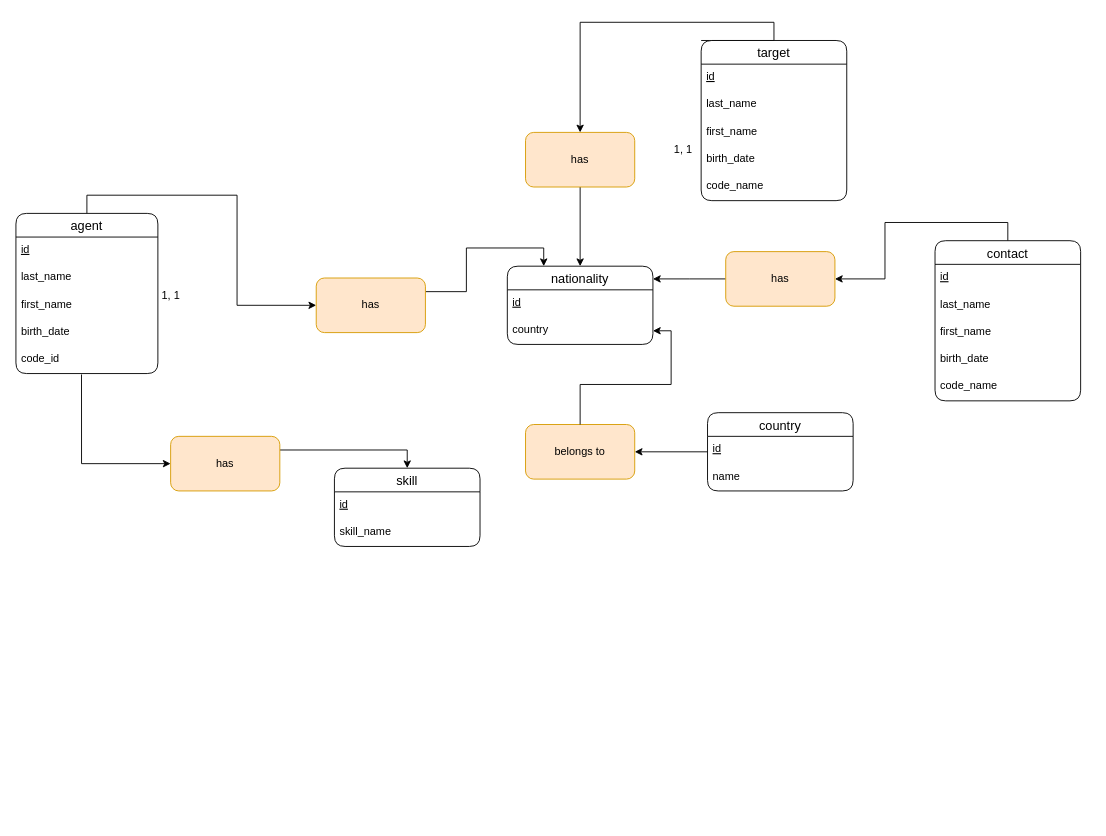
This is MCD.drawio from Armafobe/spy-test, a draw.io file, before an edit. Source tidied: cells renumbered, new cells numbered last; positions are measured from the earlier drawing's top-left corner, leaving out a move shared by most shapes. Both pictures are drawn from the tidied source at 91%, with x=0, y=0 at pixel (15, 22).
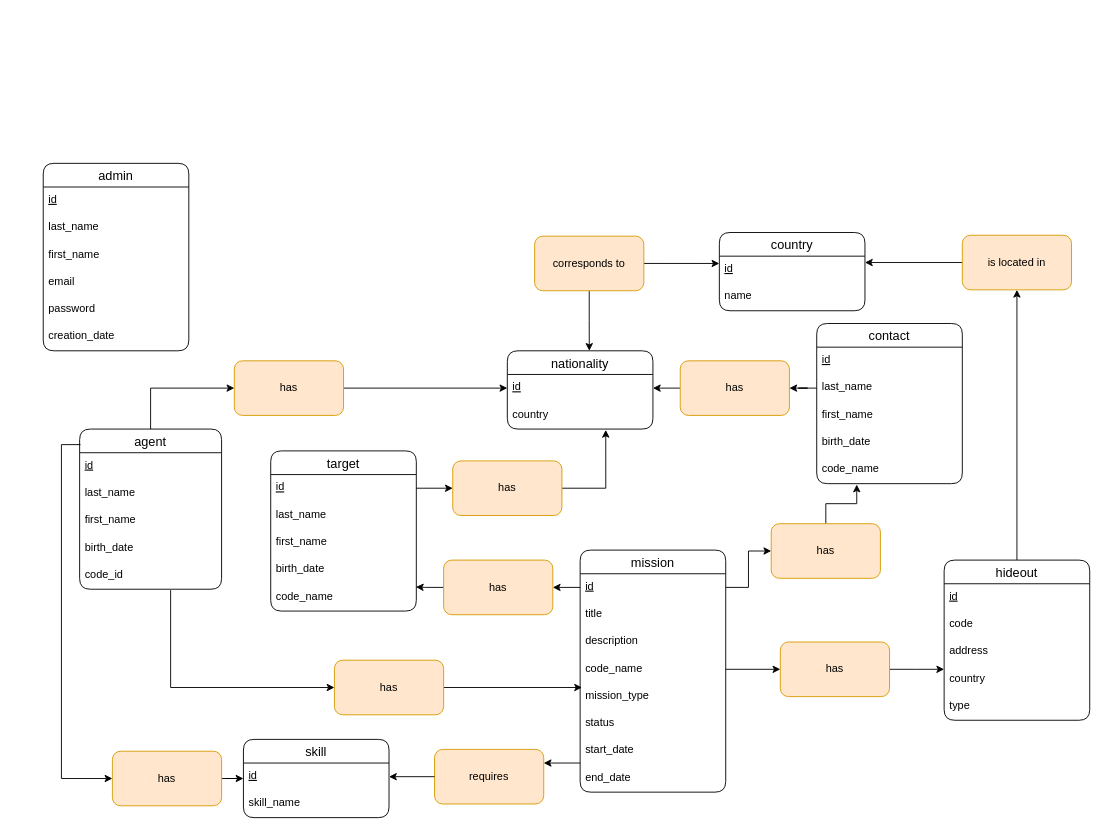
The same diagram, later.

Unchanged cells that the change refers to:
```xml
<mxCell id="8" value="code_id" style="text;strokeColor=none;fillColor=none;spacingLeft=4;spacingRight=4;overflow=hidden;points=[[0,0.5],[1,0.5]];portConstraint=eastwest;fontSize=12;" parent="3" vertex="1">
  <mxGeometry y="146" width="156" height="30" as="geometry" />
</mxCell>
<mxCell id="12" value="id" style="text;strokeColor=none;fillColor=none;spacingLeft=4;spacingRight=4;overflow=hidden;points=[[0,0.5],[1,0.5]];portConstraint=eastwest;fontSize=12;fontStyle=4;" parent="11" vertex="1">
  <mxGeometry y="26" width="160" height="30" as="geometry" />
</mxCell>
<mxCell id="13" value="country" style="text;strokeColor=none;fillColor=none;spacingLeft=4;spacingRight=4;overflow=hidden;points=[[0,0.5],[1,0.5]];portConstraint=eastwest;fontSize=12;" parent="11" vertex="1">
  <mxGeometry y="56" width="160" height="30" as="geometry" />
</mxCell>
<mxCell id="15" value="id" style="text;strokeColor=none;fillColor=none;spacingLeft=4;spacingRight=4;overflow=hidden;points=[[0,0.5],[1,0.5]];portConstraint=eastwest;fontSize=12;fontStyle=4;" parent="14" vertex="1">
  <mxGeometry y="26" width="160" height="30" as="geometry" />
</mxCell>
<mxCell id="23" value="id" style="text;strokeColor=none;fillColor=none;spacingLeft=4;spacingRight=4;overflow=hidden;points=[[0,0.5],[1,0.5]];portConstraint=eastwest;fontSize=12;fontStyle=4;" parent="22" vertex="1">
  <mxGeometry y="26" width="160" height="30" as="geometry" />
</mxCell>
<mxCell id="27" value="code_name" style="text;strokeColor=none;fillColor=none;spacingLeft=4;spacingRight=4;overflow=hidden;points=[[0,0.5],[1,0.5]];portConstraint=eastwest;fontSize=12;" parent="22" vertex="1">
  <mxGeometry y="146" width="160" height="30" as="geometry" />
</mxCell>
<mxCell id="34" value="last_name" style="text;strokeColor=none;fillColor=none;spacingLeft=4;spacingRight=4;overflow=hidden;points=[[0,0.5],[1,0.5]];portConstraint=eastwest;fontSize=12;" parent="32" vertex="1">
  <mxGeometry y="56" width="160" height="30" as="geometry" />
</mxCell>
<mxCell id="37" value="code_name" style="text;strokeColor=none;fillColor=none;spacingLeft=4;spacingRight=4;overflow=hidden;points=[[0,0.5],[1,0.5]];portConstraint=eastwest;fontSize=12;" parent="32" vertex="1">
  <mxGeometry y="146" width="160" height="30" as="geometry" />
</mxCell>
<mxCell id="42" value="id" style="text;strokeColor=none;fillColor=none;spacingLeft=4;spacingRight=4;overflow=hidden;points=[[0,0.5],[1,0.5]];portConstraint=eastwest;fontSize=12;fontStyle=4;rounded=1;" parent="41" vertex="1">
  <mxGeometry y="26" width="160" height="30" as="geometry" />
</mxCell>
```

The edit, as a diff of the source:
```diff
@@
-    <mxCell id="2" style="edgeStyle=orthogonalEdgeStyle;rounded=0;jettySize=auto;html=1;exitX=0.5;exitY=0;exitDx=0;exitDy=0;entryX=0;entryY=0.5;entryDx=0;entryDy=0;" parent="1" edge="1" source="3" target="10">
+    <mxCell id="2" style="edgeStyle=orthogonalEdgeStyle;rounded=0;jettySize=auto;html=1;exitX=0.5;exitY=0;exitDx=0;exitDy=0;entryX=0;entryY=0.5;entryDx=0;entryDy=0;startArrow=none;startFill=0;endArrow=classic;endFill=1;" parent="1" edge="1" source="3" target="10">
       <mxGeometry relative="1" as="geometry" />
     </mxCell>
     <mxCell id="3" value="agent" style="swimlane;fontStyle=0;horizontal=1;startSize=26;align=center;fontSize=14;rounded=1;" parent="1" vertex="1">
-      <mxGeometry y="210" width="156" height="176" as="geometry" />
+      <mxGeometry x="70" y="447" width="156" height="176" as="geometry" />
     </mxCell>
@@
-    <mxCell id="9" style="edgeStyle=orthogonalEdgeStyle;rounded=0;jettySize=auto;html=1;exitX=1;exitY=0.25;exitDx=0;exitDy=0;entryX=0.25;entryY=0;entryDx=0;entryDy=0;" parent="1" edge="1" source="10" target="11">
-      <mxGeometry relative="1" as="geometry" />
-    </mxCell>
+    <mxCell id="46" style="edgeStyle=orthogonalEdgeStyle;rounded=0;jettySize=auto;html=1;entryX=0;entryY=0.5;entryDx=0;entryDy=0;startArrow=none;startFill=0;endArrow=classic;endFill=1;" parent="1" edge="1" source="10" target="12">
+      <mxGeometry relative="1" as="geometry" />
+    </mxCell>
     <mxCell id="10" value="has" style="rounded=1;whiteSpace=wrap;html=1;fillColor=#ffe6cc;strokeColor=#d79b00;" parent="1" vertex="1">
-      <mxGeometry x="330" y="281" width="120" height="60" as="geometry" />
+      <mxGeometry x="240" y="372" width="120" height="60" as="geometry" />
     </mxCell>
     <mxCell id="11" value="nationality" style="swimlane;fontStyle=0;horizontal=1;startSize=26;align=center;fontSize=14;rounded=1;" parent="1" vertex="1">
-      <mxGeometry x="540" y="268" width="160" height="86" as="geometry" />
+      <mxGeometry x="540" y="361" width="160" height="86" as="geometry" />
     </mxCell>
@@
     <mxCell id="14" value="skill" style="swimlane;fontStyle=0;horizontal=1;startSize=26;align=center;fontSize=14;rounded=1;" parent="1" vertex="1">
-      <mxGeometry x="350" y="490" width="160" height="86" as="geometry" />
+      <mxGeometry x="250" y="788" width="160" height="86" as="geometry" />
     </mxCell>
@@
-    <mxCell id="17" style="edgeStyle=orthogonalEdgeStyle;rounded=0;jettySize=auto;html=1;exitX=1;exitY=0.25;exitDx=0;exitDy=0;entryX=0.5;entryY=0;entryDx=0;entryDy=0;" parent="1" edge="1" source="19" target="14">
+    <mxCell id="17" style="edgeStyle=orthogonalEdgeStyle;rounded=0;jettySize=auto;html=1;startArrow=none;startFill=0;endArrow=classic;endFill=1;entryX=0;entryY=0.5;entryDx=0;entryDy=0;" parent="1" edge="1" source="19" target="14">
       <mxGeometry relative="1" as="geometry" />
     </mxCell>
-    <mxCell id="18" style="edgeStyle=orthogonalEdgeStyle;rounded=0;jettySize=auto;html=1;exitX=0;exitY=0.5;exitDx=0;exitDy=0;entryX=0.462;entryY=1.033;entryDx=0;entryDy=0;entryPerimeter=0;startArrow=classic;startFill=1;endArrow=none;endFill=0;" parent="1" edge="1" source="19" target="8">
-      <mxGeometry relative="1" as="geometry" />
-    </mxCell>
+    <mxCell id="47" style="edgeStyle=orthogonalEdgeStyle;rounded=0;jettySize=auto;html=1;startArrow=none;startFill=0;endArrow=classic;endFill=1;exitX=0.006;exitY=0.097;exitDx=0;exitDy=0;exitPerimeter=0;" parent="1" edge="1" source="3" target="19">
+      <mxGeometry relative="1" as="geometry">
+        <Array as="points">
+          <mxPoint x="50" y="464" />
+          <mxPoint x="50" y="831" />
+        </Array>
+      </mxGeometry>
+    </mxCell>
     <mxCell id="19" value="has" style="rounded=1;whiteSpace=wrap;html=1;fillColor=#ffe6cc;strokeColor=#d79b00;" parent="1" vertex="1">
-      <mxGeometry x="170" y="455" width="120" height="60" as="geometry" />
+      <mxGeometry x="106" y="801" width="120" height="60" as="geometry" />
     </mxCell>
-    <mxCell id="20" value="1, 1" style="text;html=1;align=center;verticalAlign=middle;strokeColor=none;fillColor=none;" parent="1" vertex="1">
-      <mxGeometry x="150" y="291" width="40" height="20" as="geometry" />
-    </mxCell>
-    <mxCell id="21" style="edgeStyle=orthogonalEdgeStyle;rounded=0;jettySize=auto;html=1;exitX=0;exitY=0;exitDx=0;exitDy=0;entryX=0.5;entryY=0;entryDx=0;entryDy=0;" parent="1" edge="1" source="22" target="29">
-      <mxGeometry relative="1" as="geometry">
-        <Array as="points">
-          <mxPoint x="833" y="20" />
-          <mxPoint x="833" />
-          <mxPoint x="620" />
-        </Array>
-      </mxGeometry>
-    </mxCell>
     <mxCell id="22" value="target" style="swimlane;fontStyle=0;horizontal=1;startSize=26;align=center;fontSize=14;rounded=1;swimlaneLine=1;" parent="1" vertex="1">
-      <mxGeometry x="753" y="20" width="160" height="176" as="geometry" />
+      <mxGeometry x="280" y="471" width="160" height="176" as="geometry" />
     </mxCell>
@@
-    <mxCell id="28" style="edgeStyle=orthogonalEdgeStyle;rounded=0;jettySize=auto;html=1;" parent="1" edge="1" source="29" target="11">
-      <mxGeometry relative="1" as="geometry" />
-    </mxCell>
-    <mxCell id="29" value="has" style="rounded=1;whiteSpace=wrap;html=1;fillColor=#ffe6cc;strokeColor=#d79b00;" parent="1" vertex="1">
-      <mxGeometry x="560" y="121" width="120" height="60" as="geometry" />
-    </mxCell>
-    <mxCell id="30" value="1, 1" style="text;html=1;align=center;verticalAlign=middle;strokeColor=none;fillColor=none;" parent="1" vertex="1">
-      <mxGeometry x="713" y="130" width="40" height="20" as="geometry" />
-    </mxCell>
-    <mxCell id="31" style="edgeStyle=orthogonalEdgeStyle;rounded=0;jettySize=auto;html=1;exitX=0.5;exitY=0;exitDx=0;exitDy=0;entryX=1;entryY=0.5;entryDx=0;entryDy=0;" parent="1" edge="1" source="32" target="39">
-      <mxGeometry relative="1" as="geometry" />
-    </mxCell>
     <mxCell id="32" value="contact" style="swimlane;fontStyle=0;horizontal=1;startSize=26;align=center;fontSize=14;rounded=1;" parent="1" vertex="1">
-      <mxGeometry x="1010" y="240" width="160" height="176" as="geometry" />
+      <mxGeometry x="880" y="331" width="160" height="176" as="geometry" />
     </mxCell>
@@
-    <mxCell id="38" style="edgeStyle=orthogonalEdgeStyle;rounded=0;jettySize=auto;html=1;exitX=0;exitY=0.5;exitDx=0;exitDy=0;" parent="1" edge="1" source="39">
-      <mxGeometry relative="1" as="geometry">
-        <mxPoint x="700" y="282" as="targetPoint" />
-      </mxGeometry>
-    </mxCell>
+    <mxCell id="48" style="edgeStyle=orthogonalEdgeStyle;rounded=0;jettySize=auto;html=1;exitX=0;exitY=0.5;exitDx=0;exitDy=0;entryX=1;entryY=0.5;entryDx=0;entryDy=0;startArrow=none;startFill=0;endArrow=classic;endFill=1;" parent="1" edge="1" source="39" target="12">
+      <mxGeometry relative="1" as="geometry" />
+    </mxCell>
     <mxCell id="39" value="has" style="rounded=1;whiteSpace=wrap;html=1;fillColor=#ffe6cc;strokeColor=#d79b00;" parent="1" vertex="1">
-      <mxGeometry x="780" y="252" width="120" height="60" as="geometry" />
+      <mxGeometry x="730" y="372" width="120" height="60" as="geometry" />
     </mxCell>
-    <mxCell id="40" style="edgeStyle=orthogonalEdgeStyle;rounded=0;jettySize=auto;html=1;entryX=1;entryY=0.5;entryDx=0;entryDy=0;" parent="1" edge="1" source="41" target="44">
-      <mxGeometry relative="1" as="geometry" />
-    </mxCell>
     <mxCell id="41" value="country" style="swimlane;fontStyle=0;horizontal=1;startSize=26;align=center;fontSize=14;rounded=1;" parent="1" vertex="1">
-      <mxGeometry x="760" y="429" width="160" height="86" as="geometry" />
+      <mxGeometry x="773" y="231" width="160" height="86" as="geometry" />
     </mxCell>
@@
-    <mxCell id="44" value="belongs to" style="rounded=1;whiteSpace=wrap;html=1;fillColor=#ffe6cc;strokeColor=#d79b00;" parent="1" vertex="1">
-      <mxGeometry x="560" y="442" width="120" height="60" as="geometry" />
-    </mxCell>
-    <mxCell id="45" style="edgeStyle=orthogonalEdgeStyle;rounded=0;jettySize=auto;html=1;exitX=1;exitY=0.5;exitDx=0;exitDy=0;entryX=0.5;entryY=0;entryDx=0;entryDy=0;startArrow=classic;startFill=1;endArrow=none;endFill=0;" parent="1" edge="1" source="13" target="44">
-      <mxGeometry relative="1" as="geometry" />
-    </mxCell>
+    <mxCell id="49" style="edgeStyle=orthogonalEdgeStyle;rounded=0;jettySize=auto;html=1;startArrow=none;startFill=0;endArrow=classic;endFill=1;" parent="1" edge="1" source="50" target="67">
+      <mxGeometry relative="1" as="geometry" />
+    </mxCell>
+    <mxCell id="50" value="hideout" style="swimlane;fontStyle=0;horizontal=1;startSize=26;align=center;fontSize=14;rounded=1;" parent="1" vertex="1">
+      <mxGeometry x="1020" y="591" width="160" height="176" as="geometry" />
+    </mxCell>
+    <mxCell id="51" value="id" style="text;strokeColor=none;fillColor=none;spacingLeft=4;spacingRight=4;overflow=hidden;fontSize=12;rounded=1;fontStyle=4;" parent="50" vertex="1">
+      <mxGeometry y="26" width="160" height="30" as="geometry" />
+    </mxCell>
+    <mxCell id="52" value="code" style="text;strokeColor=none;fillColor=none;spacingLeft=4;spacingRight=4;overflow=hidden;fontSize=12;rounded=1;" parent="50" vertex="1">
+      <mxGeometry y="56" width="160" height="30" as="geometry" />
+    </mxCell>
+    <mxCell id="53" value="address" style="text;strokeColor=none;fillColor=none;spacingLeft=4;spacingRight=4;overflow=hidden;fontSize=12;rounded=1;" parent="50" vertex="1">
+      <mxGeometry y="86" width="160" height="30" as="geometry" />
+    </mxCell>
+    <mxCell id="54" value="country" style="text;strokeColor=none;fillColor=none;spacingLeft=4;spacingRight=4;overflow=hidden;fontSize=12;rounded=1;" parent="50" vertex="1">
+      <mxGeometry y="116" width="160" height="30" as="geometry" />
+    </mxCell>
+    <mxCell id="55" value="type" style="text;strokeColor=none;fillColor=none;spacingLeft=4;spacingRight=4;overflow=hidden;fontSize=12;rounded=1;" parent="50" vertex="1">
+      <mxGeometry y="146" width="160" height="30" as="geometry" />
+    </mxCell>
+    <mxCell id="56" value="mission" style="swimlane;fontStyle=0;horizontal=1;startSize=26;align=center;fontSize=14;rounded=1;" parent="1" vertex="1">
+      <mxGeometry x="620" y="580" width="160" height="266" as="geometry" />
+    </mxCell>
+    <mxCell id="57" value="id" style="text;strokeColor=none;fillColor=none;spacingLeft=4;spacingRight=4;overflow=hidden;points=[[0,0.5],[1,0.5]];portConstraint=eastwest;fontSize=12;rounded=1;fontStyle=4;" parent="56" vertex="1">
+      <mxGeometry y="26" width="160" height="30" as="geometry" />
+    </mxCell>
+    <mxCell id="58" value="title" style="text;strokeColor=none;fillColor=none;spacingLeft=4;spacingRight=4;overflow=hidden;fontSize=12;rounded=1;" parent="56" vertex="1">
+      <mxGeometry y="56" width="160" height="30" as="geometry" />
+    </mxCell>
+    <mxCell id="59" value="description" style="text;strokeColor=none;fillColor=none;spacingLeft=4;spacingRight=4;overflow=hidden;fontSize=12;rounded=1;" parent="56" vertex="1">
+      <mxGeometry y="86" width="160" height="30" as="geometry" />
+    </mxCell>
+    <mxCell id="60" value="code_name" style="text;strokeColor=none;fillColor=none;spacingLeft=4;spacingRight=4;overflow=hidden;points=[[0,0.5],[1,0.5]];portConstraint=eastwest;fontSize=12;rounded=1;" parent="56" vertex="1">
+      <mxGeometry y="116" width="160" height="30" as="geometry" />
+    </mxCell>
+    <mxCell id="61" value="mission_type" style="text;strokeColor=none;fillColor=none;spacingLeft=4;spacingRight=4;overflow=hidden;points=[[0,0.5],[1,0.5]];portConstraint=eastwest;fontSize=12;rounded=1;" parent="56" vertex="1">
+      <mxGeometry y="146" width="160" height="30" as="geometry" />
+    </mxCell>
+    <mxCell id="62" value="status" style="text;strokeColor=none;fillColor=none;spacingLeft=4;spacingRight=4;overflow=hidden;fontSize=12;rounded=1;" parent="56" vertex="1">
+      <mxGeometry y="176" width="160" height="30" as="geometry" />
+    </mxCell>
+    <mxCell id="63" value="start_date" style="text;strokeColor=none;fillColor=none;spacingLeft=4;spacingRight=4;overflow=hidden;points=[[0,0.5],[1,0.5]];portConstraint=eastwest;fontSize=12;rounded=1;" parent="56" vertex="1">
+      <mxGeometry y="206" width="160" height="30" as="geometry" />
+    </mxCell>
+    <mxCell id="64" value="end_date" style="text;strokeColor=none;fillColor=none;spacingLeft=4;spacingRight=4;overflow=hidden;fontSize=12;rounded=1;" parent="56" vertex="1">
+      <mxGeometry y="236" width="160" height="30" as="geometry" />
+    </mxCell>
+    <mxCell id="65" style="edgeStyle=orthogonalEdgeStyle;rounded=0;jettySize=auto;html=1;entryX=1;entryY=0.5;entryDx=0;entryDy=0;startArrow=none;startFill=0;endArrow=classic;endFill=1;" parent="1" edge="1" source="34" target="39">
+      <mxGeometry relative="1" as="geometry" />
+    </mxCell>
+    <mxCell id="66" style="edgeStyle=orthogonalEdgeStyle;rounded=0;jettySize=auto;html=1;entryX=1;entryY=0.233;entryDx=0;entryDy=0;entryPerimeter=0;startArrow=none;startFill=0;endArrow=classic;endFill=1;" parent="1" edge="1" source="67" target="42">
+      <mxGeometry relative="1" as="geometry" />
+    </mxCell>
+    <mxCell id="67" value="is located in" style="rounded=1;whiteSpace=wrap;html=1;fillColor=#ffe6cc;strokeColor=#d79b00;" parent="1" vertex="1">
+      <mxGeometry x="1040" y="234" width="120" height="60" as="geometry" />
+    </mxCell>
+    <mxCell id="68" style="edgeStyle=orthogonalEdgeStyle;rounded=0;jettySize=auto;html=1;entryX=0.563;entryY=0;entryDx=0;entryDy=0;entryPerimeter=0;startArrow=none;startFill=0;endArrow=classic;endFill=1;" parent="1" edge="1" source="70" target="11">
+      <mxGeometry relative="1" as="geometry" />
+    </mxCell>
+    <mxCell id="69" style="edgeStyle=orthogonalEdgeStyle;rounded=0;jettySize=auto;html=1;exitX=1;exitY=0.5;exitDx=0;exitDy=0;entryX=0;entryY=0.267;entryDx=0;entryDy=0;entryPerimeter=0;startArrow=none;startFill=0;endArrow=classic;endFill=1;" parent="1" edge="1" source="70" target="42">
+      <mxGeometry relative="1" as="geometry" />
+    </mxCell>
+    <mxCell id="70" value="corresponds to" style="rounded=1;whiteSpace=wrap;html=1;fillColor=#ffe6cc;strokeColor=#d79b00;" parent="1" vertex="1">
+      <mxGeometry x="570" y="235" width="120" height="60" as="geometry" />
+    </mxCell>
+    <mxCell id="71" style="edgeStyle=orthogonalEdgeStyle;rounded=0;jettySize=auto;html=1;exitX=1;exitY=0.5;exitDx=0;exitDy=0;entryX=0.676;entryY=1.031;entryDx=0;entryDy=0;entryPerimeter=0;startArrow=none;startFill=0;endArrow=classic;endFill=1;" parent="1" edge="1" source="72" target="13">
+      <mxGeometry relative="1" as="geometry" />
+    </mxCell>
+    <mxCell id="72" value="has" style="rounded=1;whiteSpace=wrap;html=1;fillColor=#ffe6cc;strokeColor=#d79b00;" parent="1" vertex="1">
+      <mxGeometry x="480" y="482" width="120" height="60" as="geometry" />
+    </mxCell>
+    <mxCell id="73" style="edgeStyle=orthogonalEdgeStyle;rounded=0;jettySize=auto;html=1;exitX=1;exitY=0.5;exitDx=0;exitDy=0;entryX=0;entryY=0.5;entryDx=0;entryDy=0;startArrow=none;startFill=0;endArrow=classic;endFill=1;" parent="1" edge="1" source="23" target="72">
+      <mxGeometry relative="1" as="geometry" />
+    </mxCell>
+    <mxCell id="74" style="edgeStyle=orthogonalEdgeStyle;rounded=0;jettySize=auto;html=1;entryX=0.013;entryY=0.167;entryDx=0;entryDy=0;entryPerimeter=0;startArrow=none;startFill=0;endArrow=classic;endFill=1;" parent="1" edge="1" source="75" target="61">
+      <mxGeometry relative="1" as="geometry" />
+    </mxCell>
+    <mxCell id="75" value="has" style="rounded=1;whiteSpace=wrap;html=1;fillColor=#ffe6cc;strokeColor=#d79b00;" parent="1" vertex="1">
+      <mxGeometry x="350" y="701" width="120" height="60" as="geometry" />
+    </mxCell>
+    <mxCell id="76" style="edgeStyle=orthogonalEdgeStyle;rounded=0;jettySize=auto;html=1;exitX=0.5;exitY=0;exitDx=0;exitDy=0;entryX=0.275;entryY=1.033;entryDx=0;entryDy=0;entryPerimeter=0;startArrow=none;startFill=0;endArrow=classic;endFill=1;" parent="1" edge="1" source="77" target="37">
+      <mxGeometry relative="1" as="geometry" />
+    </mxCell>
+    <mxCell id="77" value="has" style="rounded=1;whiteSpace=wrap;html=1;fillColor=#ffe6cc;strokeColor=#d79b00;" parent="1" vertex="1">
+      <mxGeometry x="830" y="551" width="120" height="60" as="geometry" />
+    </mxCell>
+    <mxCell id="78" style="edgeStyle=orthogonalEdgeStyle;rounded=0;jettySize=auto;html=1;entryX=0.997;entryY=0.119;entryDx=0;entryDy=0;entryPerimeter=0;startArrow=none;startFill=0;endArrow=classic;endFill=1;" parent="1" edge="1" source="79" target="27">
+      <mxGeometry relative="1" as="geometry" />
+    </mxCell>
+    <mxCell id="79" value="has" style="rounded=1;whiteSpace=wrap;html=1;fillColor=#ffe6cc;strokeColor=#d79b00;" parent="1" vertex="1">
+      <mxGeometry x="470" y="591" width="120" height="60" as="geometry" />
+    </mxCell>
+    <mxCell id="80" style="edgeStyle=orthogonalEdgeStyle;rounded=0;jettySize=auto;html=1;exitX=0;exitY=0.5;exitDx=0;exitDy=0;entryX=1;entryY=0.5;entryDx=0;entryDy=0;startArrow=none;startFill=0;endArrow=classic;endFill=1;" parent="1" edge="1" source="57" target="79">
+      <mxGeometry relative="1" as="geometry" />
+    </mxCell>
+    <mxCell id="81" style="edgeStyle=orthogonalEdgeStyle;rounded=0;jettySize=auto;html=1;exitX=1;exitY=0.5;exitDx=0;exitDy=0;startArrow=none;startFill=0;endArrow=classic;endFill=1;" parent="1" edge="1" source="57" target="77">
+      <mxGeometry relative="1" as="geometry" />
+    </mxCell>
+    <mxCell id="82" style="edgeStyle=orthogonalEdgeStyle;rounded=0;jettySize=auto;html=1;startArrow=none;startFill=0;endArrow=classic;endFill=1;" parent="1" edge="1" source="83">
+      <mxGeometry relative="1" as="geometry">
+        <mxPoint x="1020" y="711" as="targetPoint" />
+      </mxGeometry>
+    </mxCell>
+    <mxCell id="83" value="has" style="rounded=1;whiteSpace=wrap;html=1;fillColor=#ffe6cc;strokeColor=#d79b00;" parent="1" vertex="1">
+      <mxGeometry x="840" y="681" width="120" height="60" as="geometry" />
+    </mxCell>
+    <mxCell id="84" style="edgeStyle=orthogonalEdgeStyle;rounded=0;jettySize=auto;html=1;exitX=1;exitY=0.5;exitDx=0;exitDy=0;entryX=0;entryY=0.5;entryDx=0;entryDy=0;startArrow=none;startFill=0;endArrow=classic;endFill=1;" parent="1" edge="1" source="60" target="83">
+      <mxGeometry relative="1" as="geometry" />
+    </mxCell>
+    <mxCell id="85" style="edgeStyle=orthogonalEdgeStyle;rounded=0;jettySize=auto;html=1;exitX=0.641;exitY=1.033;exitDx=0;exitDy=0;entryX=0;entryY=0.5;entryDx=0;entryDy=0;startArrow=none;startFill=0;endArrow=classic;endFill=1;exitPerimeter=0;" parent="1" edge="1" source="8" target="75">
+      <mxGeometry relative="1" as="geometry" />
+    </mxCell>
+    <mxCell id="86" value="requires" style="rounded=1;whiteSpace=wrap;html=1;fillColor=#ffe6cc;strokeColor=#d79b00;" parent="1" vertex="1">
+      <mxGeometry x="460" y="799" width="120" height="60" as="geometry" />
+    </mxCell>
+    <mxCell id="87" style="edgeStyle=orthogonalEdgeStyle;rounded=0;jettySize=auto;html=1;exitX=0;exitY=0.5;exitDx=0;exitDy=0;entryX=1;entryY=0.5;entryDx=0;entryDy=0;startArrow=none;startFill=0;endArrow=classic;endFill=1;" parent="1" edge="1" source="86" target="15">
+      <mxGeometry relative="1" as="geometry" />
+    </mxCell>
+    <mxCell id="88" style="edgeStyle=orthogonalEdgeStyle;rounded=0;jettySize=auto;html=1;exitX=0;exitY=0.933;exitDx=0;exitDy=0;entryX=1;entryY=0.25;entryDx=0;entryDy=0;startArrow=none;startFill=0;endArrow=classic;endFill=1;exitPerimeter=0;" parent="1" edge="1" source="63" target="86">
+      <mxGeometry relative="1" as="geometry" />
+    </mxCell>
+    <mxCell id="89" value="admin" style="swimlane;fontStyle=0;horizontal=1;startSize=26;align=center;fontSize=14;rounded=1;" parent="1" vertex="1">
+      <mxGeometry x="30" y="155" width="160" height="206" as="geometry" />
+    </mxCell>
+    <mxCell id="90" value="id" style="text;strokeColor=none;fillColor=none;spacingLeft=4;spacingRight=4;overflow=hidden;fontSize=12;rounded=1;fontStyle=4;" parent="89" vertex="1">
+      <mxGeometry y="26" width="160" height="30" as="geometry" />
+    </mxCell>
+    <mxCell id="91" value="last_name" style="text;strokeColor=none;fillColor=none;spacingLeft=4;spacingRight=4;overflow=hidden;fontSize=12;rounded=1;" parent="89" vertex="1">
+      <mxGeometry y="56" width="160" height="30" as="geometry" />
+    </mxCell>
+    <mxCell id="92" value="first_name" style="text;strokeColor=none;fillColor=none;spacingLeft=4;spacingRight=4;overflow=hidden;fontSize=12;rounded=1;" parent="89" vertex="1">
+      <mxGeometry y="86" width="160" height="30" as="geometry" />
+    </mxCell>
+    <mxCell id="93" value="email" style="text;strokeColor=none;fillColor=none;spacingLeft=4;spacingRight=4;overflow=hidden;fontSize=12;rounded=1;" parent="89" vertex="1">
+      <mxGeometry y="116" width="160" height="30" as="geometry" />
+    </mxCell>
+    <mxCell id="94" value="password" style="text;strokeColor=none;fillColor=none;spacingLeft=4;spacingRight=4;overflow=hidden;fontSize=12;rounded=1;" parent="89" vertex="1">
+      <mxGeometry y="146" width="160" height="30" as="geometry" />
+    </mxCell>
+    <mxCell id="95" value="creation_date" style="text;strokeColor=none;fillColor=none;spacingLeft=4;spacingRight=4;overflow=hidden;fontSize=12;rounded=1;" parent="89" vertex="1">
+      <mxGeometry y="176" width="160" height="30" as="geometry" />
+    </mxCell>
```
